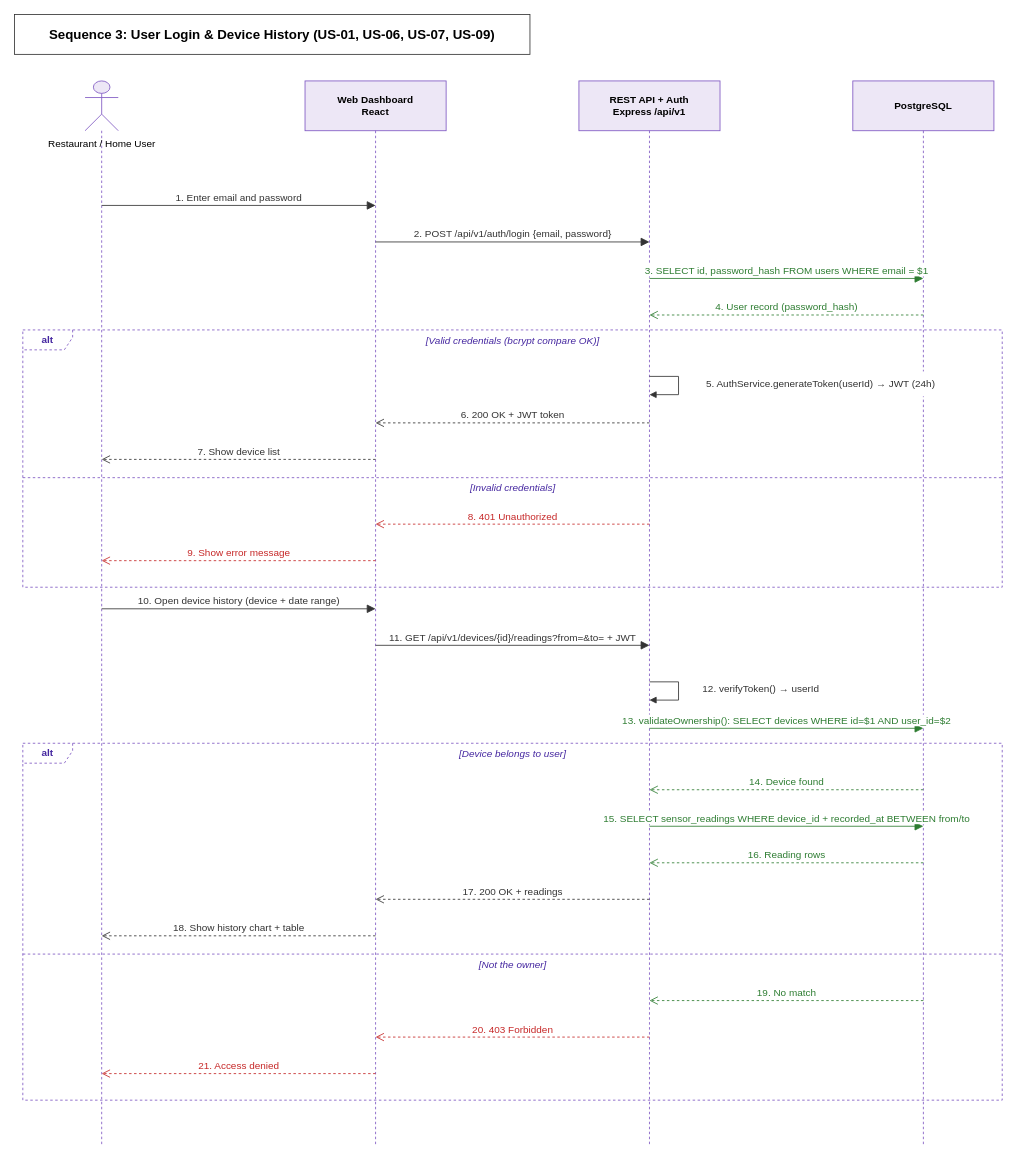
Earlier version of the draw.io diagram docs/diagrams/seq-3-login-history.drawio (abdularhman2341/air-quality-monitoring-system). Source tidied: cells renumbered, new cells numbered last; positions are measured from the earlier drawing's top-left corner, leaving out a move shared by most shapes. Both pictures are drawn from the tidied source at 83%, with x=0, y=0 at pixel (14, 14).
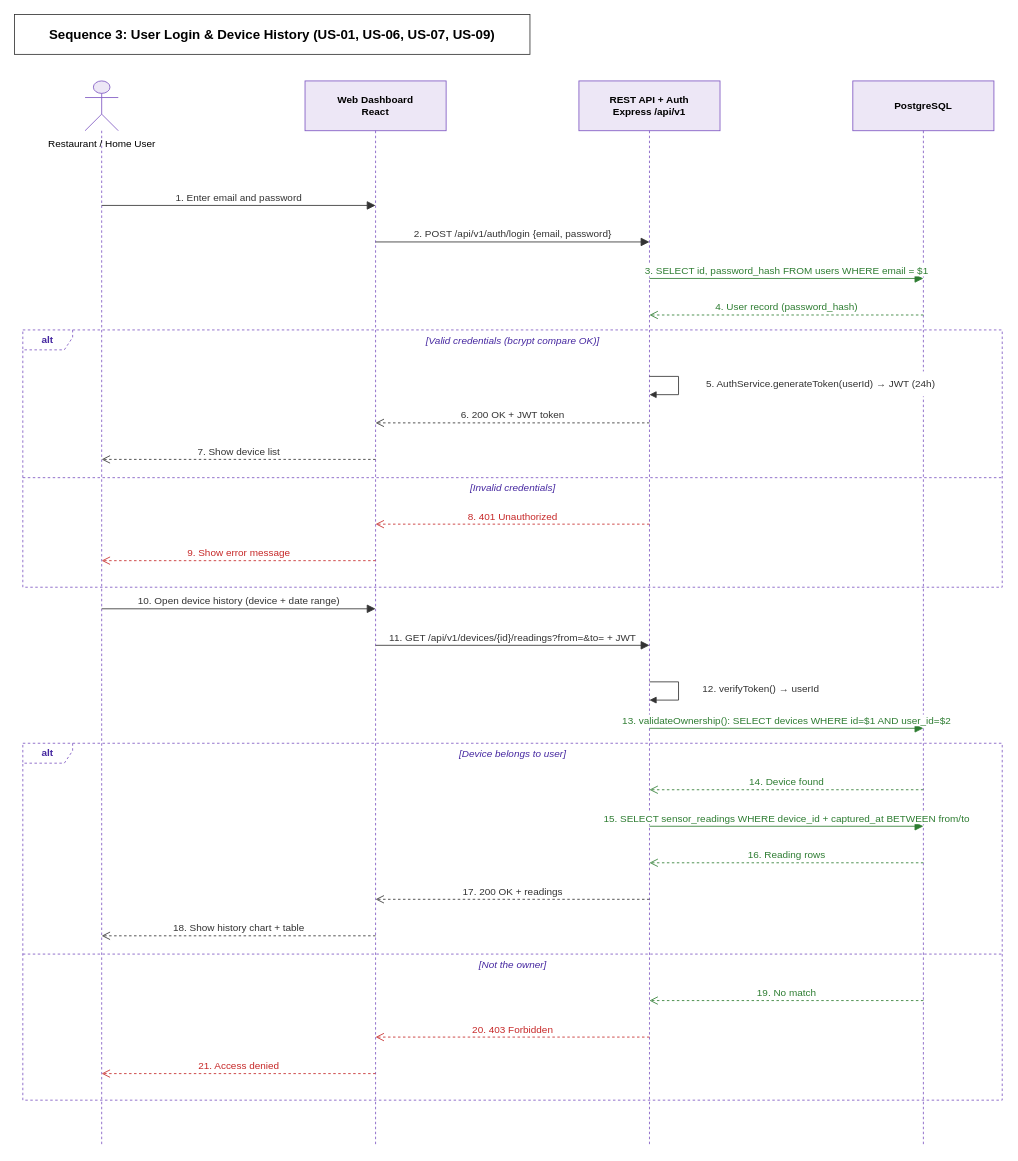
The same page after the edit.

Change to the diagram source:
```diff
@@
-    <mxCell id="27" value="15. SELECT sensor_readings WHERE device_id + recorded_at BETWEEN from/to" style="fontFamily=Helvetica;html=1;verticalAlign=bottom;labelBackgroundColor=#FFFFFF;fontSize=12;strokeColor=#2E7D32;fontColor=#2E7D32;endSize=8;endArrow=block;endFill=1;" parent="1" edge="1">
+    <mxCell id="27" value="15. SELECT sensor_readings WHERE device_id + captured_at BETWEEN from/to" style="fontFamily=Helvetica;html=1;verticalAlign=bottom;labelBackgroundColor=#FFFFFF;fontSize=12;strokeColor=#2E7D32;fontColor=#2E7D32;endSize=8;endArrow=block;endFill=1;" parent="1" edge="1">
       <mxGeometry relative="1" as="geometry">
         <mxPoint x="765" y="978" as="sourcePoint" />
         <mxPoint x="1095" y="978" as="targetPoint" />
       </mxGeometry>
     </mxCell>
```
